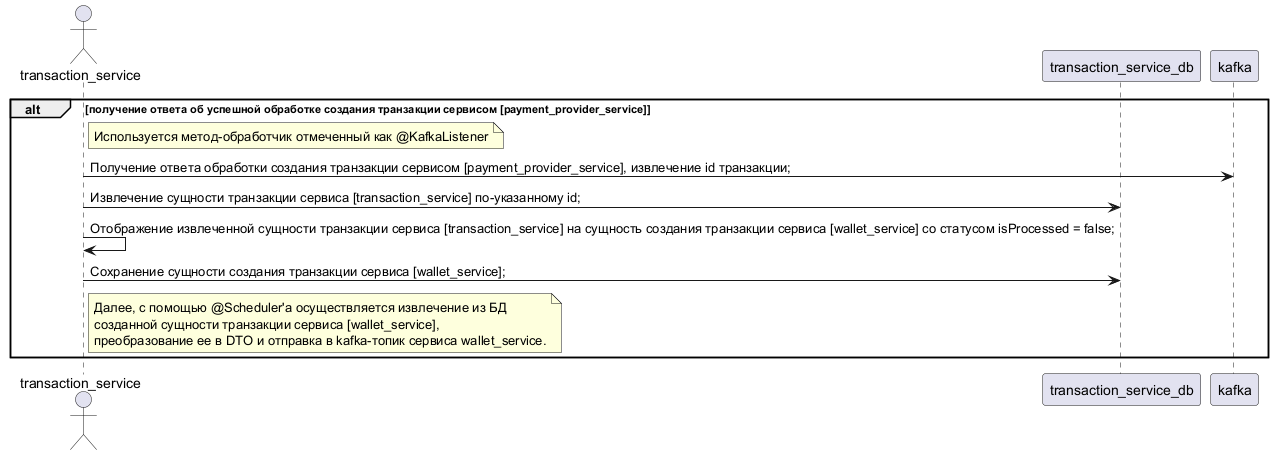
The PlantUML diagram diagrams/transaction-service-interaction/create-transaction/step_3_handle_success_response_create_transaction_on_payment_provider_service_uml.png in U-235-92/payment-system, before a commit. Source of this version:
```plantuml
@startuml

actor transaction_service
participant transaction_service_db
participant kafka

alt получение ответа об успешной обработке создания транзакции сервисом [payment_provider_service]
	note right transaction_service
	    Используется метод-обработчик отмеченный как @KafkaListener
	end note
	transaction_service -> kafka : Получение ответа обработки создания транзакции сервисом [payment_provider_service], извлечение id транзакции;
	transaction_service -> transaction_service_db : Извлечение сущности транзакции сервиса [transaction_service] по-указанному id;
	transaction_service -> transaction_service : Отображение извлеченной сущности транзакции сервиса [transaction_service] на сущность создания транзакции сервиса [wallet_service] со статусом isProcessed = false;
	transaction_service -> transaction_service_db : Сохранение сущности создания транзакции сервиса [wallet_service];
	note right transaction_service
		Далее, с помощью @Scheduler'a осуществляется извлечение из БД
		созданной сущности транзакции сервиса [wallet_service],
		преобразование ее в DTO и отправка в kafka-топик сервиса wallet_service.
	end note
end

@enduml
```
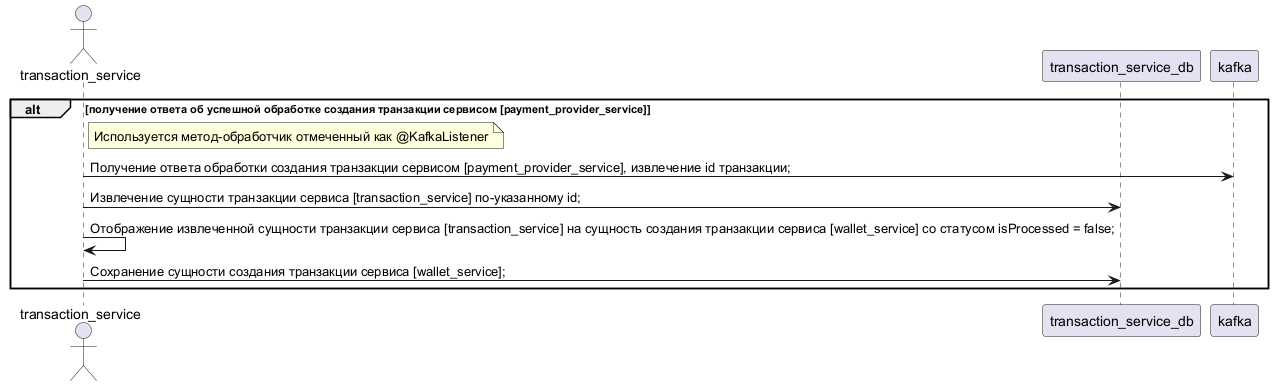
The same file after the commit.

Commit message:
Module #5. V09_09_2026. Update [diagrams]. Update diagrams. Added new diagrams of handle transaction

Change to the diagram source:
```diff
@@ -12,11 +12,6 @@
 	transaction_service -> transaction_service_db : Извлечение сущности транзакции сервиса [transaction_service] по-указанному id;
 	transaction_service -> transaction_service : Отображение извлеченной сущности транзакции сервиса [transaction_service] на сущность создания транзакции сервиса [wallet_service] со статусом isProcessed = false;
 	transaction_service -> transaction_service_db : Сохранение сущности создания транзакции сервиса [wallet_service];
-	note right transaction_service
-		Далее, с помощью @Scheduler'a осуществляется извлечение из БД
-		созданной сущности транзакции сервиса [wallet_service],
-		преобразование ее в DTO и отправка в kafka-топик сервиса wallet_service.
-	end note
 end
 
 @enduml
```
